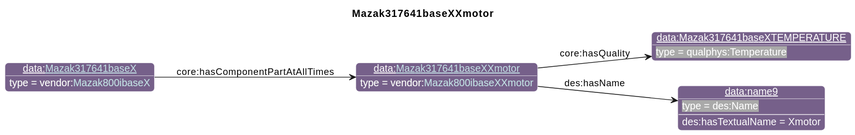
iofoundry/example-syseng-mtconnect keeps this PlantUML diagram as diagrams/Mazak317641baseXXmotor.svg. Above is the earlier version. Its diagram source:
```plantuml
@startuml
!include ../iof.iuml

<style>
object {
  HyperlinkColor #C4E1E6
}
</style>

left to right direction
skinparam linetype polyline
title Mazak317641baseXXmotor

!$default_direction = down

!$namespace_colors = { "bfo":"DFA702",
                      "iof":"1E90FF",
                      "ns":"Green",
                      "ns1":"76608A",
                      "core":"000000",
                      "ex":"Green",
                      "data":"76608A",
                      "vendor":"76608A",
                      "units":"8A2D3B",
                      "cmns-dsg":"3A0519",
                      "qp":"641B2E"
      }
individual(o0, data:[[./Mazak317641baseXXmotor.html Mazak317641baseXXmotor]], vendor:[[../Mazak.html#Mazak800ibaseXXmotor Mazak800ibaseXXmotor]])
individual(o1, data:Mazak317641baseXTEMPERATURE, qualphys:Temperature)
individual(o2, data:name9, des:Name)
individual(o3, data:[[./Mazak317641baseX.html Mazak317641baseX]], vendor:[[../Mazak.html#Mazak800ibaseX Mazak800ibaseX]])
property(o0, "core:hasQuality", o1)
property(o0, "des:hasName", o2)
data(o2, "des:hasTextualName", "Xmotor")
property(o3, "core:hasComponentPartAtAllTimes", o0)
@enduml
```
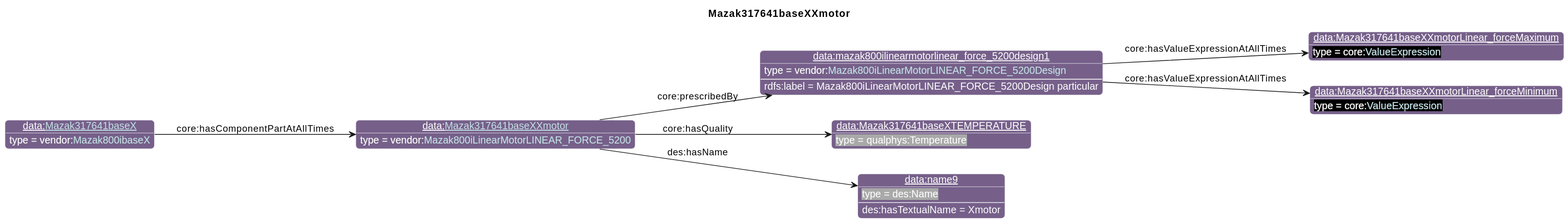
The same diagram one commit later.

Change to the diagram source:
```diff
@@ -25,12 +25,19 @@
                       "cmns-dsg":"3A0519",
                       "qp":"641B2E"
       }
-individual(o0, data:[[./Mazak317641baseXXmotor.html Mazak317641baseXXmotor]], vendor:[[../Mazak.html#Mazak800ibaseXXmotor Mazak800ibaseXXmotor]])
-individual(o1, data:Mazak317641baseXTEMPERATURE, qualphys:Temperature)
-individual(o2, data:name9, des:Name)
-individual(o3, data:[[./Mazak317641baseX.html Mazak317641baseX]], vendor:[[../Mazak.html#Mazak800ibaseX Mazak800ibaseX]])
-property(o0, "core:hasQuality", o1)
-property(o0, "des:hasName", o2)
-data(o2, "des:hasTextualName", "Xmotor")
-property(o3, "core:hasComponentPartAtAllTimes", o0)
+individual(o0, data:[[./Mazak317641baseXXmotor.html Mazak317641baseXXmotor]], vendor:[[../Mazak.html#Mazak800iLinearMotorLINEAR_FORCE_5200 Mazak800iLinearMotorLINEAR_FORCE_5200]])
+individual(o1, data:mazak800ilinearmotorlinear_force_5200design1, vendor:[[../Mazak.html#Mazak800iLinearMotorLINEAR_FORCE_5200Design Mazak800iLinearMotorLINEAR_FORCE_5200Design]])
+individual(o2, data:Mazak317641baseXXmotorLinear_forceMaximum, core:[[https://spec.industrialontologies.org/ontology/core/Core/ValueExpression ValueExpression]])
+individual(o3, data:Mazak317641baseXXmotorLinear_forceMinimum, core:[[https://spec.industrialontologies.org/ontology/core/Core/ValueExpression ValueExpression]])
+individual(o4, data:Mazak317641baseXTEMPERATURE, qualphys:Temperature)
+individual(o5, data:name9, des:Name)
+individual(o6, data:[[./Mazak317641baseX.html Mazak317641baseX]], vendor:[[../Mazak.html#Mazak800ibaseX Mazak800ibaseX]])
+property(o0, "core:prescribedBy", o1)
+data(o1, "rdfs:label", "Mazak800iLinearMotorLINEAR_FORCE_5200Design particular")
+property(o1, "core:hasValueExpressionAtAllTimes", o2)
+property(o1, "core:hasValueExpressionAtAllTimes", o3)
+property(o0, "core:hasQuality", o4)
+property(o0, "des:hasName", o5)
+data(o5, "des:hasTextualName", "Xmotor")
+property(o6, "core:hasComponentPartAtAllTimes", o0)
 @enduml
```
